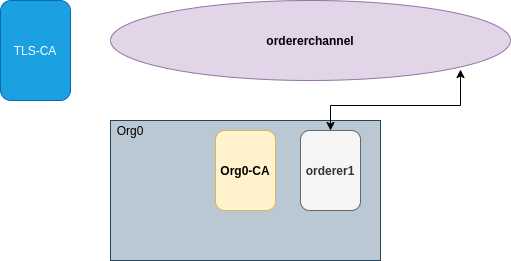
Before: img/lab01.png, a diagram exported from draw.io (Zzocker/fabric-labs). Source tidied: cells renumbered, new cells last; positions are measured from the earlier drawing's top-left corner, leaving out a move shared by most shapes.
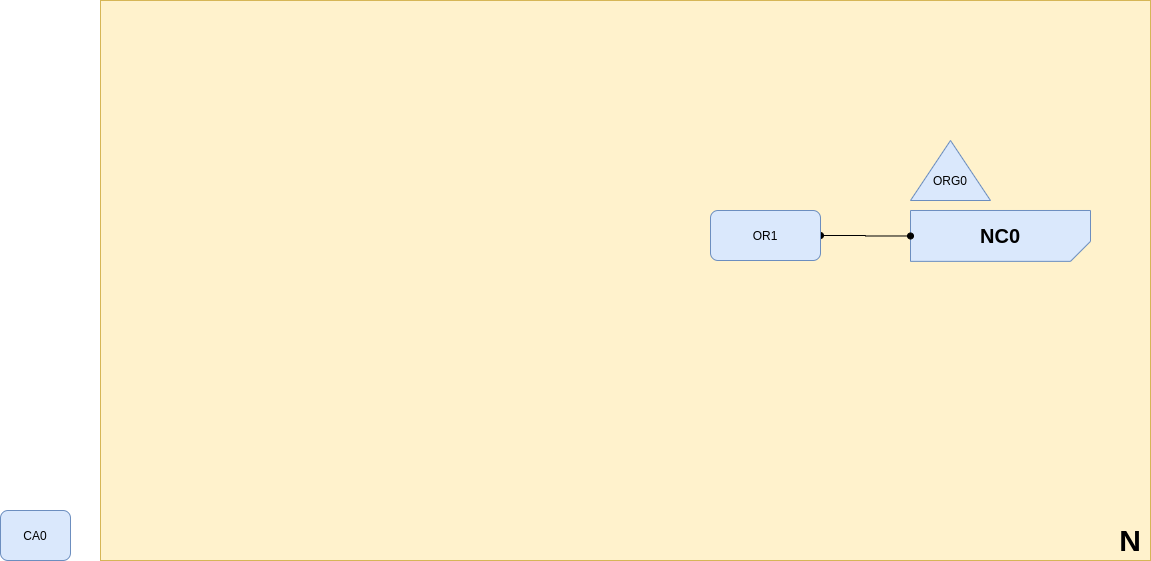
The same file after the commit.

Diff of the diagram source:
```diff
@@ -2,26 +2,38 @@
   <root>
     <mxCell id="0" />
     <mxCell id="1" parent="0" />
-    <mxCell id="2" value="TLS-CA" style="rounded=1;whiteSpace=wrap;html=1;fillColor=#1ba1e2;strokeColor=#006EAF;fontColor=#ffffff;" parent="1" vertex="1">
-      <mxGeometry width="70" height="100" as="geometry" />
+    <mxCell id="2" style="group;fillColor=#fff2cc;strokeColor=#d6b656;" parent="1" vertex="1">
+      <mxGeometry width="1050" height="560" as="geometry" />
     </mxCell>
-    <mxCell id="3" style="rounded=0;whiteSpace=wrap;html=1;fillColor=#bac8d3;strokeColor=#23445d;" parent="1" vertex="1">
-      <mxGeometry x="110" y="120" width="270" height="140" as="geometry" />
+    <mxCell id="3" style="rounded=0;whiteSpace=wrap;html=1;fillColor=#fff2cc;strokeColor=#d6b656;" parent="2" vertex="1">
+      <mxGeometry width="1050" height="560" as="geometry" />
     </mxCell>
-    <mxCell id="4" value="Org0" style="text;html=1;strokeColor=none;fillColor=none;align=center;verticalAlign=middle;whiteSpace=wrap;rounded=0;" parent="1" vertex="1">
-      <mxGeometry x="110" y="120" width="40" height="20" as="geometry" />
+    <mxCell id="4" value="&lt;b&gt;&lt;font style=&quot;font-size: 30px&quot;&gt;N&lt;/font&gt;&lt;/b&gt;" style="text;html=1;strokeColor=none;fillColor=none;align=center;verticalAlign=middle;whiteSpace=wrap;rounded=0;" parent="2" vertex="1">
+      <mxGeometry x="1010" y="530" width="40" height="20" as="geometry" />
     </mxCell>
-    <mxCell id="5" style="edgeStyle=orthogonalEdgeStyle;rounded=0;jettySize=auto;html=1;entryX=0.875;entryY=0.863;entryDx=0;entryDy=0;entryPerimeter=0;startArrow=classic;startFill=1;" parent="1" edge="1" source="6" target="8">
-      <mxGeometry relative="1" as="geometry" />
+    <mxCell id="5" style="group;" parent="2" vertex="1">
+      <mxGeometry x="810" y="210" width="180" height="50.9" as="geometry" />
     </mxCell>
-    <mxCell id="6" value="orderer1" style="rounded=1;whiteSpace=wrap;html=1;fillColor=#f5f5f5;strokeColor=#666666;fontColor=#333333;fontStyle=1;" parent="1" vertex="1">
-      <mxGeometry x="300" y="130" width="60" height="80" as="geometry" />
+    <mxCell id="6" style="shape=card;whiteSpace=wrap;html=1;rotation=-180;size=20;fillColor=#dae8fc;strokeColor=#6c8ebf;" parent="5" vertex="1">
+      <mxGeometry width="180" height="50.9" as="geometry" />
     </mxCell>
-    <mxCell id="7" value="Org0-CA" style="rounded=1;whiteSpace=wrap;html=1;fillColor=#fff2cc;strokeColor=#d6b656;fontStyle=1;" parent="1" vertex="1">
-      <mxGeometry x="215" y="130" width="60" height="80" as="geometry" />
+    <mxCell id="7" value="&lt;b&gt;&lt;font style=&quot;font-size: 20px&quot;&gt;NC0&lt;/font&gt;&lt;/b&gt;" style="text;html=1;strokeColor=none;fillColor=none;align=center;verticalAlign=middle;whiteSpace=wrap;rounded=0;" parent="5" vertex="1">
+      <mxGeometry x="70" y="15" width="40" height="20" as="geometry" />
     </mxCell>
-    <mxCell id="8" value="ordererchannel" style="ellipse;whiteSpace=wrap;html=1;fillColor=#e1d5e7;strokeColor=#9673a6;fontStyle=1;" parent="1" vertex="1">
-      <mxGeometry x="110" width="400" height="80" as="geometry" />
+    <mxCell id="8" style="triangle;whiteSpace=wrap;html=1;rotation=-90;fillColor=#dae8fc;strokeColor=#6c8ebf;" parent="2" vertex="1">
+      <mxGeometry x="820" y="130" width="60" height="80" as="geometry" />
     </mxCell>
+    <mxCell id="9" value="ORG0" style="text;html=1;strokeColor=none;fillColor=none;align=center;verticalAlign=middle;whiteSpace=wrap;rounded=0;" parent="2" vertex="1">
+      <mxGeometry x="830" y="170" width="40" height="20" as="geometry" />
+    </mxCell>
+    <mxCell id="10" style="edgeStyle=orthogonalEdgeStyle;rounded=0;jettySize=auto;html=1;startArrow=oval;startFill=1;endArrow=oval;endFill=1;" parent="2" edge="1" source="11" target="6">
+      <mxGeometry relative="1" as="geometry" />
+    </mxCell>
+    <mxCell id="11" value="OR1" style="rounded=1;whiteSpace=wrap;html=1;fillColor=#dae8fc;strokeColor=#6c8ebf;" parent="2" vertex="1">
+      <mxGeometry x="610" y="210" width="110" height="50" as="geometry" />
+    </mxCell>
+    <mxCell id="12" value="CA0" style="rounded=1;whiteSpace=wrap;html=1;fillColor=#dae8fc;strokeColor=#6c8ebf;" parent="1" vertex="1">
+      <mxGeometry x="-100" y="510" width="70" height="50" as="geometry" />
+    </mxCell>
   </root>
 </mxGraphModel>
```
